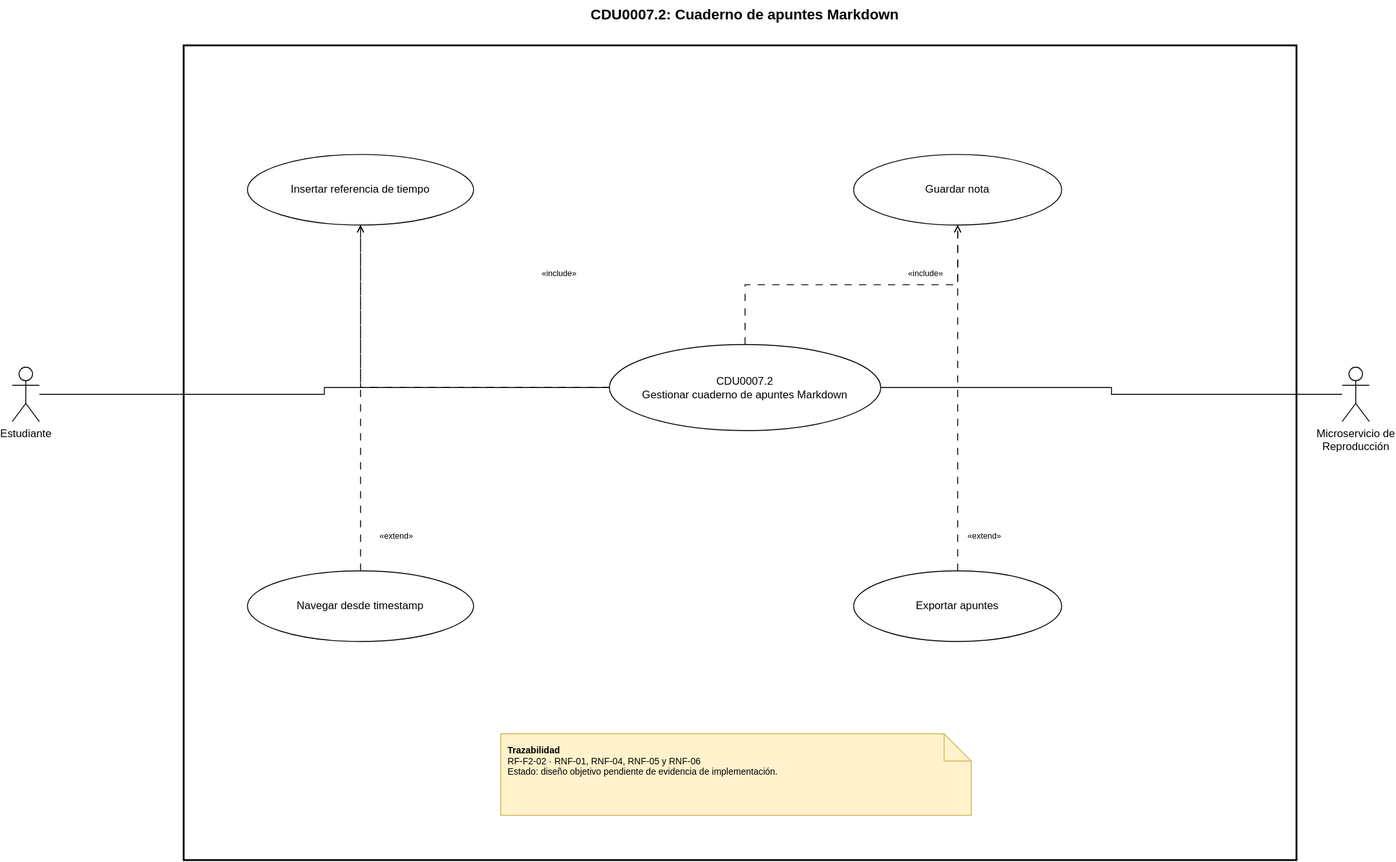
Before: Documentacion/CDU/CDU_Expandido_CDU29_202307691.drawio.svg, a diagram exported from draw.io (thanya-gate/SA_PROYECTO_202307691). Source tidied: cells renumbered, new cells last; positions are measured from the earlier drawing's top-left corner, leaving out a move shared by most shapes.
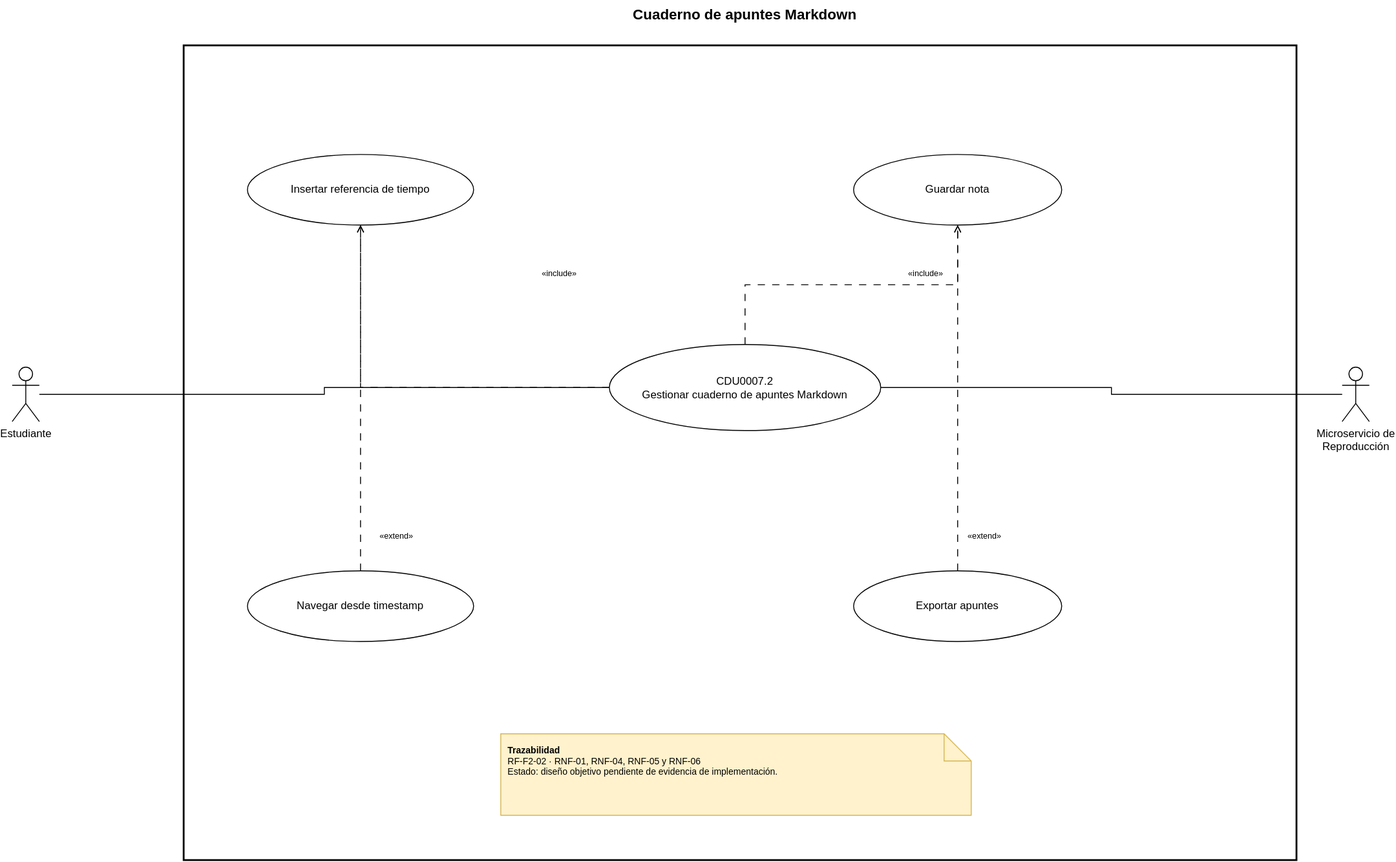
After the change.

The edit, as a diff of the source:
```diff
@@ -5,7 +5,7 @@
     <mxCell id="2" style="rounded=0;whiteSpace=wrap;html=1;fillColor=none;strokeWidth=2;" parent="1" vertex="1">
       <mxGeometry x="190" y="50" width="1230" height="900" as="geometry" />
     </mxCell>
-    <mxCell id="3" value="CDU0007.2: Cuaderno de apuntes Markdown" style="text;html=1;whiteSpace=wrap;strokeColor=none;fillColor=none;align=center;verticalAlign=middle;fontStyle=1;fontSize=16;" parent="1" vertex="1">
+    <mxCell id="3" value="Cuaderno de apuntes Markdown" style="text;html=1;whiteSpace=wrap;strokeColor=none;fillColor=none;align=center;verticalAlign=middle;fontStyle=1;fontSize=16;" parent="1" vertex="1">
       <mxGeometry x="430" width="760" height="30" as="geometry" />
     </mxCell>
     <mxCell id="4" value="Estudiante" style="shape=umlActor;verticalLabelPosition=bottom;verticalAlign=top;html=1;" parent="1" vertex="1">
```
